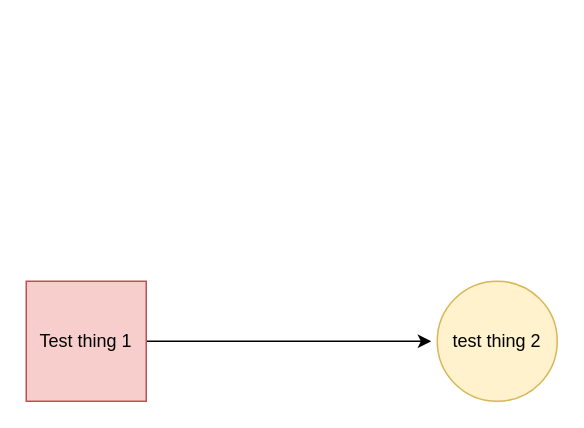
The draw.io diagram Test-diagram.drawio in CBeelen/amicable_numbers, before the edit. Source tidied: cells renumbered, new cells numbered last; positions are measured from the earlier drawing's top-left corner, leaving out a move shared by most shapes. Both pictures are drawn from the tidied source at 150%, with x=0, y=0 at pixel (26, 280).
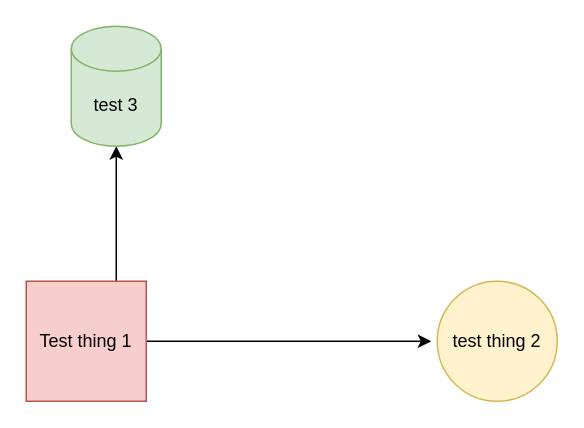
Above is the later version.

The edit, as a diff of the source:
```diff
@@
 <mxGraphModel>
   <root>
     <mxCell id="0" />
     <mxCell id="1" parent="0" />
     <mxCell id="2" style="edgeStyle=orthogonalEdgeStyle;rounded=0;jettySize=auto;html=1;exitX=1;exitY=0.5;exitDx=0;exitDy=0;" parent="1" edge="1" source="3">
       <mxGeometry relative="1" as="geometry">
         <mxPoint x="270" y="40" as="targetPoint" />
       </mxGeometry>
     </mxCell>
+    <mxCell id="5" style="edgeStyle=orthogonalEdgeStyle;rounded=0;jettySize=auto;html=1;exitX=0.75;exitY=0;exitDx=0;exitDy=0;" parent="1" edge="1" source="3" target="6">
+      <mxGeometry relative="1" as="geometry" />
+    </mxCell>
     <mxCell id="3" value="Test thing 1" style="whiteSpace=wrap;html=1;fillColor=#f8cecc;strokeColor=#b85450;" parent="1" vertex="1">
       <mxGeometry width="80" height="80" as="geometry" />
     </mxCell>
     <mxCell id="4" value="test thing 2" style="ellipse;whiteSpace=wrap;html=1;fillColor=#fff2cc;strokeColor=#d6b656;" parent="1" vertex="1">
       <mxGeometry x="274" width="80" height="80" as="geometry" />
     </mxCell>
+    <mxCell id="6" value="test 3" style="shape=cylinder3;whiteSpace=wrap;html=1;boundedLbl=1;backgroundOutline=1;size=15;fillColor=#d5e8d4;strokeColor=#82b366;" parent="1" vertex="1">
+      <mxGeometry x="30" y="-170" width="60" height="80" as="geometry" />
+    </mxCell>
   </root>
 </mxGraphModel>
```
